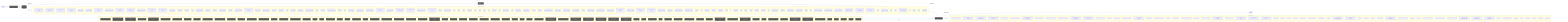
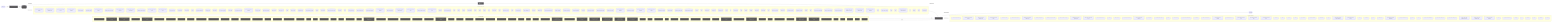
flowchart LR
  UserQ(["👤 User Query"])
  Embed["📐 Embedding Model"]
  VecDB[("📚 Vector Store")]
  Retriever["🔍 Retriever"]
  LLMNode["🧠 LLM / Generator"]
  Output(["✅ Response"])
  UserQ -->|query| Embed
  Embed -->|vector| VecDB
  VecDB -->|top-k chunks| Retriever
  Retriever -->|context + query| LLMNode
  LLMNode -->|generated answer| Output
  subgraph DetectedMemory["Detected memory stores"]
    det_detectedmemory_check_steering_feedback_contract_80134459[("check-steering-feedback-contract")]
    det_detectedmemory_prompt_context_drift_validate_runner_c8ecc6f5[("prompt-context-drift-validate-runner")]
    det_detectedmemory_prompt_context_drift_write_runner_69e6a4fd[("prompt-context-drift-write-runner")]
    det_detectedmemory_normalize_workflow_contracts_8701f1c8[("normalize-workflow-contracts")]
    det_detectedmemory_run_harness_evals_77704768[("run-harness-evals")]
    det_detectedmemory_sync_codex_preflight_7e7a8dc2[("sync-codex-preflight")]
    det_detectedmemory_test_harness_upgrade_matrix_84113c4e[("test-harness-upgrade-matrix")]
    det_detectedmemory_validate_prompt_context_drift_8c949ef6[("validate-prompt-context-drift")]
    det_detectedmemory_validate_runtime_packet_schemas_bc3ba8ec[("validate-runtime-packet-schemas")]
    det_detectedmemory_validate_system_prompt_gap_adoption_62d8c955[("validate-system-prompt-gap-adoption")]
    det_detectedmemory_validate_workflow_contracts_33dc063c[("validate-workflow-contracts")]
    det_detectedmemory_write_agent_native_ratchet_report_67cdbeea[("write-agent-native-ratchet-report")]
    det_detectedmemory_write_prompt_context_drift_report_71a4e149[("write-prompt-context-drift-report")]
    det_detectedmemory_branch_protect_core_a8feb0fd[("branch-protect-core")]
    det_detectedmemory_ci_migrate_core_7005b5af[("ci-migrate-core")]
    det_detectedmemory_context_health_80bb7da9[("context-health")]
    det_detectedmemory_context_ea7792a2[("context")]
    det_detectedmemory_docs_gate_classification_2f51c90b[("docs-gate-classification")]
    det_detectedmemory_docs_gate_types_d285abb6[("docs-gate-types")]
    det_detectedmemory_index_context_de3ed39d[("index-context")]
    det_detectedmemory_local_memory_preflight_dcc36c42[("local-memory-preflight")]
    det_detectedmemory_memory_gate_a577a506[("memory-gate")]
    det_detectedmemory_next_prompt_context_drift_3c5a93d5[("next-prompt-context-drift")]
    det_detectedmemory_next_recommendation_decisions_03315dd4[("next-recommendation-decisions")]
    det_detectedmemory_next_runner_state_be6fe997[("next-runner-state")]
    det_detectedmemory_pattern_scope_siblings_43abe000[("pattern-scope-siblings")]
    det_detectedmemory_review_context_ca6cf81d[("review-context")]
    det_detectedmemory_review_gate_core_4c8001f9[("review-gate-core")]
    det_detectedmemory_search_24193290[("search")]
    det_detectedmemory_session_context_e5ec72c0[("session-context")]
    det_detectedmemory_tooling_audit_core_328d6a41[("tooling-audit-core")]
    det_detectedmemory_run_local_memory_preflight_36e92808[("run-local-memory-preflight")]
    det_detectedmemory_checker_d2d2328e[("checker")]
    det_detectedmemory_context_health_1_ceb11829[("context-health")]
    det_detectedmemory_prompt_context_drift_surface_c1e30b42[("prompt-context-drift-surface")]
    det_detectedmemory_test_fixtures_c2f936b0[("test-fixtures")]
    det_detectedmemory_types_2_d9bc6e7a[("types")]
    det_detectedmemory_branch_protect_sync_570adb18[("branch-protect-sync")]
    det_detectedmemory_builtin_command_specs_ac7d392e[("builtin-command-specs")]
    det_detectedmemory_command_capability_rules_ca3f496a[("command-capability-rules")]
    det_detectedmemory_command_expected_artifacts_6469c2fb[("command-expected-artifacts")]
    det_detectedmemory_command_specs_core_1c0ffc99[("command-specs-core")]
    det_detectedmemory_local_memory_preflight_command_spec_9e23f3ce[("local-memory-preflight-command-spec")]
    det_detectedmemory_memory_gate_command_spec_dc9001a9[("memory-gate-command-spec")]
    det_detectedmemory_review_gate_command_spec_3187376a[("review-gate-command-spec")]
    det_detectedmemory_session_context_command_spec_973afbb1[("session-context-command-spec")]
    det_detectedmemory_constants_7517017f[("constants")]
    det_detectedmemory_context_compact_policy_3dcaf95d[("context-compact-policy")]
    det_detectedmemory_index_3_7e40d474[("index")]
    det_detectedmemory_indexer_70fa78e5[("indexer")]
    det_detectedmemory_init_error_5c7dd49f[("init-error")]
    det_detectedmemory_lexical_fallback_723e2b3e[("lexical-fallback")]
    det_detectedmemory_ollama_76e3c7bf[("ollama")]
    det_detectedmemory_rollout_a4fa034c[("rollout")]
    det_detectedmemory_sources_878a52fc[("sources")]
    det_detectedmemory_store_824d80d7[("store")]
    det_detectedmemory_sync_contract_c79fa191[("sync-contract")]
    det_detectedmemory_types_8_f6283648[("types")]
    det_detectedmemory_harness_run_context_ac7c77a9[("harness-run-context")]
    det_detectedmemory_index_4_013aa0e3[("index")]
    det_detectedmemory_json_schema_core_96d7e328[("json-schema-core")]
    det_detectedmemory_policy_validators_core_714a3fe7[("policy-validators-core")]
    det_detectedmemory_types_core_e405ddca[("types-core")]
    det_detectedmemory_validator_core_4358f8ba[("validator-core")]
    det_detectedmemory_archive_candidates_scanner_d0931789[("archive-candidates-scanner")]
    det_detectedmemory_archive_candidates_dc0e40e1[("archive-candidates")]
    det_detectedmemory_docs_task_eval_contract_79347457[("docs-task-eval-contract")]
    det_detectedmemory_docs_task_eval_fixtures_44902755[("docs-task-eval-fixtures")]
    det_detectedmemory_init_modes_c05ceb07[("init-modes")]
    det_detectedmemory_project_brain_templates_7ef51530[("project-brain-templates")]
    det_detectedmemory_scaffold_diagram_templates_dd88e83c[("scaffold-diagram-templates")]
    det_detectedmemory_scaffold_doc_templates_f6152330[("scaffold-doc-templates")]
    det_detectedmemory_scaffold_environment_templates_c1ceba6a[("scaffold-environment-templates")]
    det_detectedmemory_scaffold_hook_templates_8c74ab50[("scaffold-hook-templates")]
    det_detectedmemory_scaffold_root_command_templates_404fed7f[("scaffold-root-command-templates")]
    det_detectedmemory_scaffold_script_template_registry_69312d4e[("scaffold-script-template-registry")]
    det_detectedmemory_scaffold_shell_templates_0ad0f915[("scaffold-shell-templates")]
    det_detectedmemory_scaffold_surfaces_12d6494e[("scaffold-surfaces")]
    det_detectedmemory_scaffold_template_registry_b1cce2aa[("scaffold-template-registry")]
    det_detectedmemory_scaffold_workflow_template_92310587[("scaffold-workflow-template")]
    det_detectedmemory_eval_seed_5699fd3e[("eval-seed")]
    det_detectedmemory_index_10_f6785a46[("index")]
    det_detectedmemory_review_context_1_e3afed15[("review-context")]
    det_detectedmemory_memory_gate_1_265164ac[("memory-gate")]
    det_detectedmemory_branch_enforcer_acb749cd[("branch-enforcer")]
    det_detectedmemory_cli_args_5_09ea29f0[("cli-args")]
    det_detectedmemory_cli_7_dc4a9f7f[("cli")]
    det_detectedmemory_metrics_tracker_98cec29c[("metrics-tracker")]
    det_detectedmemory_types_20_071a0112[("types")]
    det_detectedmemory_validator_5_b19ac2be[("validator")]
    det_detectedmemory_classifier_fe1991a9[("classifier")]
    det_detectedmemory_tooling_paths_560ac80d[("tooling-paths")]
    det_detectedmemory_claim_helpers_20dc8387[("claim-helpers")]
    det_detectedmemory_types_25_89d086aa[("types")]
    det_detectedmemory_local_memory_smoke_1175abfc[("local-memory-smoke")]
    det_detectedmemory_local_memory_0db17ecc[("local-memory")]
    det_detectedmemory_performance_overload_c685bfcf[("performance-overload")]
    det_detectedmemory_suggestion_generator_0956f794[("suggestion-generator")]
    det_detectedmemory_git_head_7346fd6a[("git-head")]
    det_detectedmemory_index_12_762ec91b[("index")]
    det_detectedmemory_prompt_context_drift_builder_a451c7dd[("prompt-context-drift-builder")]
    det_detectedmemory_prompt_context_drift_report_3257a95c[("prompt-context-drift-report")]
    det_detectedmemory_prompt_context_drift_types_ba6863d4[("prompt-context-drift-types")]
    det_detectedmemory_prompt_context_drift_validation_evidence_21f0336f[("prompt-context-drift-validation-evidence")]
    det_detectedmemory_prompt_context_drift_validation_utils_2285f4ac[("prompt-context-drift-validation-utils")]
    det_detectedmemory_prompt_context_drift_validation_8fc01719[("prompt-context-drift-validation")]
    det_detectedmemory_index_13_97df39c8[("index")]
    det_detectedmemory_prompt_context_receipt_17b862b2[("prompt-context-receipt")]
    det_detectedmemory_types_32_bfe791ff[("types")]
    det_detectedmemory_policy_1_fc4198db[("policy")]
    det_detectedmemory_runtime_card_codex_runtime_validation_d8ce9934[("runtime-card-codex-runtime-validation")]
    det_detectedmemory_cli_12_01c06c37[("cli")]
    det_detectedmemory_collector_0736fd5b[("collector")]
    det_detectedmemory_types_35_93e66c64[("types")]
    det_detectedmemory_overload_guard_2748c559[("overload-guard")]
  end
  VecDB -. "implemented by" .-> DetectedMemory
  subgraph DetectedLLM["Detected LLM clients"]
    det_detectedllm_check_codex_agent_roles_5bb2e89b["check-codex-agent-roles"]
    det_detectedllm_check_steering_feedback_contract_80134459["check-steering-feedback-contract"]
    det_detectedllm_prompt_context_drift_validate_runner_c8ecc6f5["prompt-context-drift-validate-runner"]
    det_detectedllm_prompt_context_drift_write_runner_69e6a4fd["prompt-context-drift-write-runner"]
    det_detectedllm_run_harness_evals_77704768["run-harness-evals"]
    det_detectedllm_validate_decision_request_2e5c325e["validate-decision-request"]
    det_detectedllm_validate_goal_completion_audit_receipt_100d252c["validate-goal-completion-audit-receipt"]
    det_detectedllm_validate_packaged_skill_5e32c890["validate-packaged-skill"]
    det_detectedllm_validate_prompt_context_drift_8c949ef6["validate-prompt-context-drift"]
    det_detectedllm_validate_reviewer_coverage_251efee3["validate-reviewer-coverage"]
    det_detectedllm_validate_system_prompt_gap_adoption_62d8c955["validate-system-prompt-gap-adoption"]
    det_detectedllm_write_prompt_context_drift_report_71a4e149["write-prompt-context-drift-report"]
    det_detectedllm_check_environment_core_2c16213f["check-environment-core"]
    det_detectedllm_context_ea7792a2["context"]
    det_detectedllm_index_context_de3ed39d["index-context"]
    det_detectedllm_next_prompt_context_drift_3c5a93d5["next-prompt-context-drift"]
    det_detectedllm_next_recommendation_decisions_03315dd4["next-recommendation-decisions"]
    det_detectedllm_prompt_gate_c5e9d207["prompt-gate"]
    det_detectedllm_remediate_runner_helpers_929fedcc["remediate-runner-helpers"]
    det_detectedllm_search_24193290["search"]
    det_detectedllm_context_health_1_ceb11829["context-health"]
    det_detectedllm_prompt_context_drift_surface_c1e30b42["prompt-context-drift-surface"]
    det_detectedllm_test_fixtures_c2f936b0["test-fixtures"]
    det_detectedllm_builtin_command_specs_ac7d392e["builtin-command-specs"]
    det_detectedllm_command_expected_artifacts_6469c2fb["command-expected-artifacts"]
    det_detectedllm_command_specs_core_1c0ffc99["command-specs-core"]
    det_detectedllm_pilot_evaluate_command_spec_1084ea72["pilot-evaluate-command-spec"]
    det_detectedllm_pilot_rollback_command_spec_4fe69f7d["pilot-rollback-command-spec"]
    det_detectedllm_prompt_gate_command_spec_9a941482["prompt-gate-command-spec"]
    det_detectedllm_constants_7517017f["constants"]
    det_detectedllm_index_3_7e40d474["index"]
    det_detectedllm_indexer_70fa78e5["indexer"]
    det_detectedllm_ollama_76e3c7bf["ollama"]
    det_detectedllm_sync_contract_c79fa191["sync-contract"]
    det_detectedllm_north_star_validators_cfc926ce["north-star-validators"]
    det_detectedllm_hilt_boundary_9b36fb15["hilt-boundary"]
    det_detectedllm_types_10_75e5a4a0["types"]
    det_detectedllm_goal_completion_audit_receipt_validation_9d0f4891["goal-completion-audit-receipt-validation"]
    det_detectedllm_goal_completion_audit_receipt_5e4939c3["goal-completion-audit-receipt"]
    det_detectedllm_index_5_522f772a["index"]
    det_detectedllm_constants_1_a84e15f0["constants"]
    det_detectedllm_types_18_37582e2a["types"]
    det_detectedllm_sensitive_text_7c11f760["sensitive-text"]
    det_detectedllm_pr_template_linked_issue_relationship_a7b61f2c["pr-template-linked-issue-relationship"]
    det_detectedllm_pr_template_validator_rules_20a32d6b["pr-template-validator-rules"]
    det_detectedllm_git_head_7346fd6a["git-head"]
    det_detectedllm_index_12_762ec91b["index"]
    det_detectedllm_prompt_context_drift_builder_a451c7dd["prompt-context-drift-builder"]
    det_detectedllm_prompt_context_drift_report_3257a95c["prompt-context-drift-report"]
    det_detectedllm_prompt_context_drift_types_ba6863d4["prompt-context-drift-types"]
    det_detectedllm_prompt_context_drift_validation_evidence_21f0336f["prompt-context-drift-validation-evidence"]
    det_detectedllm_prompt_context_drift_validation_utils_2285f4ac["prompt-context-drift-validation-utils"]
    det_detectedllm_prompt_context_drift_validation_8fc01719["prompt-context-drift-validation"]
    det_detectedllm_index_13_97df39c8["index"]
    det_detectedllm_prompt_context_receipt_17b862b2["prompt-context-receipt"]
    det_detectedllm_cli_args_9_9c136878["cli-args"]
    det_detectedllm_cli_11_338a8415["cli"]
    det_detectedllm_sections_4697ef32["sections"]
    det_detectedllm_types_28_4476fcc6["types"]
    det_detectedllm_validator_7_f836eb0e["validator"]
    det_detectedllm_cli_args_10_861cdd3f["cli-args"]
  end
  LLMNode -. "implemented by" .-> DetectedLLM
  subgraph DetectedTools["Agentic tool calls"]
    det_detectedtools_check_codex_agent_roles_5bb2e89b["🔧 check-codex-agent-roles"]
    det_detectedtools_check_steering_feedback_contract_80134459["🔧 check-steering-feedback-contract"]
    det_detectedtools_check_tooling_baseline_parity_3124b30a["🔧 check-tooling-baseline-parity"]
    det_detectedtools_run_harness_evals_77704768["🔧 run-harness-evals"]
    det_detectedtools_validate_action_review_receipt_fa2f06c3["🔧 validate-action-review-receipt"]
    det_detectedtools_validate_packaged_skill_5e32c890["🔧 validate-packaged-skill"]
    det_detectedtools_validate_replay_packet_f309747e["🔧 validate-replay-packet"]
    det_detectedtools_ci_migrate_core_7005b5af["🔧 ci-migrate-core"]
    det_detectedtools_doctor_checks_5a2eb2b9["🔧 doctor-checks"]
    det_detectedtools_doctor_github_tool_check_e0a938df["🔧 doctor-github-tool-check"]
    det_detectedtools_doctor_github_tool_checks_a53b0382["🔧 doctor-github-tool-checks"]
    det_detectedtools_doctor_tool_checks_4acac51a["🔧 doctor-tool-checks"]
    det_detectedtools_fleet_plan_repo_ecdc6499["🔧 fleet-plan-repo"]
    det_detectedtools_next_blocked_decisions_4140ad2b["🔧 next-blocked-decisions"]
    det_detectedtools_next_pr_closeout_contract_af31d30a["🔧 next-pr-closeout-contract"]
    det_detectedtools_policy_gate_213f7313["🔧 policy-gate"]
    det_detectedtools_remediate_cli_output_cc165396["🔧 remediate-cli-output"]
    det_detectedtools_remediate_runner_helpers_929fedcc["🔧 remediate-runner-helpers"]
    det_detectedtools_review_gate_core_4c8001f9["🔧 review-gate-core"]
    det_detectedtools_index_1bc04b52["🔧 index"]
    det_detectedtools_types_1_4ecdf56e["🔧 types"]
    det_detectedtools_validation_constants_e002a0f6["🔧 validation-constants"]
    det_detectedtools_validation_98c41dcd["🔧 validation"]
    det_detectedtools_checker_d2d2328e["🔧 checker"]
    det_detectedtools_shared_state_policy_edc9c4db["🔧 shared-state-policy"]
    det_detectedtools_cli_args_1_6144b055["🔧 cli-args"]
+     det_detectedtools_command_agent_native_capability_rules_b491ef6c["🔧 command-agent-native-capability-rules"]
    det_detectedtools_command_capabilities_a4d5c71e["🔧 command-capabilities"]
    det_detectedtools_command_capability_rules_ca3f496a["🔧 command-capability-rules"]
    det_detectedtools_linear_command_actions_e430f4f4["🔧 linear-command-actions"]
    det_detectedtools_linear_command_runner_4a740dfc["🔧 linear-command-runner"]
    det_detectedtools_policy_validators_core_714a3fe7["🔧 policy-validators-core"]
    det_detectedtools_shared_state_action_validator_e7b128cd["🔧 shared-state-action-validator"]
    det_detectedtools_types_core_e405ddca["🔧 types-core"]
    det_detectedtools_validator_core_4358f8ba["🔧 validator-core"]
    det_detectedtools_validator_helpers_7b927667["🔧 validator-helpers"]
    det_detectedtools_he_phase_exit_core_1148895b["🔧 he-phase-exit-core"]
    det_detectedtools_environment_runtime_3206f0a8["🔧 environment-runtime"]
    det_detectedtools_observed_skill_usage_ed7d5930["🔧 observed-skill-usage"]
    det_detectedtools_closure_evidence_aaa31467["🔧 closure-evidence"]
    det_detectedtools_pr_creator_dc6b1ea4["🔧 pr-creator"]
    det_detectedtools_client_948fe603["🔧 client"]
    det_detectedtools_init_output_360dce91["🔧 init-output"]
    det_detectedtools_scaffold_ci_templates_2afd6392["🔧 scaffold-ci-templates"]
    det_detectedtools_scaffold_codex_environment_templates_334fbbed["🔧 scaffold-codex-environment-templates"]
    det_detectedtools_scaffold_config_templates_4b80ce53["🔧 scaffold-config-templates"]
    det_detectedtools_scaffold_environment_templates_c1ceba6a["🔧 scaffold-environment-templates"]
    det_detectedtools_scaffold_github_actions_pr_pipeline_renderer_1ee18de5["🔧 scaffold-github-actions-pr-pipeline-renderer"]
    det_detectedtools_scaffold_github_actions_pr_pipeline_template_e2b85f62["🔧 scaffold-github-actions-pr-pipeline-template"]
    det_detectedtools_scaffold_package_command_template_80e32e83["🔧 scaffold-package-command-template"]
    det_detectedtools_scaffold_release_private_npm_template_075499f8["🔧 scaffold-release-private-npm-template"]
    det_detectedtools_constants_1_a84e15f0["🔧 constants"]
    det_detectedtools_index_9_32dd4d91["🔧 index"]
    det_detectedtools_validation_common_6161e48b["🔧 validation-common"]
    det_detectedtools_cli_7_dc4a9f7f["🔧 cli"]
    det_detectedtools_metrics_tracker_98cec29c["🔧 metrics-tracker"]
    det_detectedtools_normalise_renderer_85f2e563["🔧 normalise-renderer"]
    det_detectedtools_evaluation_engine_core_e054fe49["🔧 evaluation-engine-core"]
    det_detectedtools_tooling_baseline_50ab2eeb["🔧 tooling-baseline"]
    det_detectedtools_tooling_paths_560ac80d["🔧 tooling-paths"]
    det_detectedtools_prompt_context_drift_report_3257a95c["🔧 prompt-context-drift-report"]
    det_detectedtools_prompt_context_drift_types_ba6863d4["🔧 prompt-context-drift-types"]
    det_detectedtools_prompt_context_drift_validation_utils_2285f4ac["🔧 prompt-context-drift-validation-utils"]
    det_detectedtools_replay_packet_a1293f88["🔧 replay-packet"]
    det_detectedtools_index_14_d982116c["🔧 index"]
    det_detectedtools_review_lifecycle_contract_e5447221["🔧 review-lifecycle-contract"]
    det_detectedtools_review_lifecycle_89afa64c["🔧 review-lifecycle"]
    det_detectedtools_runtime_card_codex_runtime_validation_d8ce9934["🔧 runtime-card-codex-runtime-validation"]
    det_detectedtools_runtime_card_codex_runtime_0655e230["🔧 runtime-card-codex-runtime"]
    det_detectedtools_runtime_evidence_bundle_d471a232["🔧 runtime-evidence-bundle"]
    det_detectedtools_types_37_32ccf9f9["🔧 types"]
    det_detectedtools_index_17_642943a2["🔧 index"]
    det_detectedtools_projection_1b250ea1["🔧 projection"]
    det_detectedtools_types_39_d07de160["🔧 types"]
    det_detectedtools_validation_8_b9fa10af["🔧 validation"]
  end
  LLMNode -->|tool use| DetectedTools
  DetectedTools -->|result| LLMNode
  classDef memNode fill:#555,color:#fff
  class VecDB,Retriever memNode
  classDef llmNode fill:#555,color:#fff
  class LLMNode,Embed llmNode
  classDef toolNode fill:#555,color:#fff
-   class det_detectedtools_check_codex_agent_roles_5bb2e89b,det_detectedtools_check_steering_feedback_contract_80134459,det_detectedtools_check_tooling_baseline_parity_3124b30a,det_detectedtools_run_harness_evals_77704768,det_detectedtools_validate_action_review_receipt_fa2f06c3,det_detectedtools_validate_packaged_skill_5e32c890,det_detectedtools_validate_replay_packet_f309747e,det_detectedtools_ci_migrate_core_7005b5af,det_detectedtools_doctor_checks_5a2eb2b9,det_detectedtools_doctor_github_tool_check_e0a938df,det_detectedtools_doctor_github_tool_checks_a53b0382,det_detectedtools_doctor_tool_checks_4acac51a,det_detectedtools_fleet_plan_repo_ecdc6499,det_detectedtools_next_blocked_decisions_4140ad2b,det_detectedtools_next_pr_closeout_contract_af31d30a,det_detectedtools_policy_gate_213f7313,det_detectedtools_remediate_cli_output_cc165396,det_detectedtools_remediate_runner_helpers_929fedcc,det_detectedtools_review_gate_core_4c8001f9,det_detectedtools_index_1bc04b52,det_detectedtools_types_1_4ecdf56e,det_detectedtools_validation_constants_e002a0f6,det_detectedtools_validation_98c41dcd,det_detectedtools_checker_d2d2328e,det_detectedtools_shared_state_policy_edc9c4db,det_detectedtools_cli_args_1_6144b055,det_detectedtools_command_capabilities_a4d5c71e,det_detectedtools_command_capability_rules_ca3f496a,det_detectedtools_linear_command_actions_e430f4f4,det_detectedtools_linear_command_runner_4a740dfc,det_detectedtools_policy_validators_core_714a3fe7,det_detectedtools_shared_state_action_validator_e7b128cd,det_detectedtools_types_core_e405ddca,det_detectedtools_validator_core_4358f8ba,det_detectedtools_validator_helpers_7b927667,det_detectedtools_he_phase_exit_core_1148895b,det_detectedtools_environment_runtime_3206f0a8,det_detectedtools_observed_skill_usage_ed7d5930,det_detectedtools_closure_evidence_aaa31467,det_detectedtools_pr_creator_dc6b1ea4,det_detectedtools_client_948fe603,det_detectedtools_init_output_360dce91,det_detectedtools_scaffold_ci_templates_2afd6392,det_detectedtools_scaffold_codex_environment_templates_334fbbed,det_detectedtools_scaffold_config_templates_4b80ce53,det_detectedtools_scaffold_environment_templates_c1ceba6a,det_detectedtools_scaffold_github_actions_pr_pipeline_renderer_1ee18de5,det_detectedtools_scaffold_github_actions_pr_pipeline_template_e2b85f62,det_detectedtools_scaffold_package_command_template_80e32e83,det_detectedtools_scaffold_release_private_npm_template_075499f8,det_detectedtools_constants_1_a84e15f0,det_detectedtools_index_9_32dd4d91,det_detectedtools_validation_common_6161e48b,det_detectedtools_cli_7_dc4a9f7f,det_detectedtools_metrics_tracker_98cec29c,det_detectedtools_normalise_renderer_85f2e563,det_detectedtools_evaluation_engine_core_e054fe49,det_detectedtools_tooling_baseline_50ab2eeb,det_detectedtools_tooling_paths_560ac80d,det_detectedtools_prompt_context_drift_report_3257a95c,det_detectedtools_prompt_context_drift_types_ba6863d4,det_detectedtools_prompt_context_drift_validation_utils_2285f4ac,det_detectedtools_replay_packet_a1293f88,det_detectedtools_index_14_d982116c,det_detectedtools_review_lifecycle_contract_e5447221,det_detectedtools_review_lifecycle_89afa64c,det_detectedtools_runtime_card_codex_runtime_validation_d8ce9934,det_detectedtools_runtime_card_codex_runtime_0655e230,det_detectedtools_runtime_evidence_bundle_d471a232,det_detectedtools_types_37_32ccf9f9,det_detectedtools_index_17_642943a2,det_detectedtools_projection_1b250ea1,det_detectedtools_types_39_d07de160,det_detectedtools_validation_8_b9fa10af toolNode
+   class det_detectedtools_check_codex_agent_roles_5bb2e89b,det_detectedtools_check_steering_feedback_contract_80134459,det_detectedtools_check_tooling_baseline_parity_3124b30a,det_detectedtools_run_harness_evals_77704768,det_detectedtools_validate_action_review_receipt_fa2f06c3,det_detectedtools_validate_packaged_skill_5e32c890,det_detectedtools_validate_replay_packet_f309747e,det_detectedtools_ci_migrate_core_7005b5af,det_detectedtools_doctor_checks_5a2eb2b9,det_detectedtools_doctor_github_tool_check_e0a938df,det_detectedtools_doctor_github_tool_checks_a53b0382,det_detectedtools_doctor_tool_checks_4acac51a,det_detectedtools_fleet_plan_repo_ecdc6499,det_detectedtools_next_blocked_decisions_4140ad2b,det_detectedtools_next_pr_closeout_contract_af31d30a,det_detectedtools_policy_gate_213f7313,det_detectedtools_remediate_cli_output_cc165396,det_detectedtools_remediate_runner_helpers_929fedcc,det_detectedtools_review_gate_core_4c8001f9,det_detectedtools_index_1bc04b52,det_detectedtools_types_1_4ecdf56e,det_detectedtools_validation_constants_e002a0f6,det_detectedtools_validation_98c41dcd,det_detectedtools_checker_d2d2328e,det_detectedtools_shared_state_policy_edc9c4db,det_detectedtools_cli_args_1_6144b055,det_detectedtools_command_agent_native_capability_rules_b491ef6c,det_detectedtools_command_capabilities_a4d5c71e,det_detectedtools_command_capability_rules_ca3f496a,det_detectedtools_linear_command_actions_e430f4f4,det_detectedtools_linear_command_runner_4a740dfc,det_detectedtools_policy_validators_core_714a3fe7,det_detectedtools_shared_state_action_validator_e7b128cd,det_detectedtools_types_core_e405ddca,det_detectedtools_validator_core_4358f8ba,det_detectedtools_validator_helpers_7b927667,det_detectedtools_he_phase_exit_core_1148895b,det_detectedtools_environment_runtime_3206f0a8,det_detectedtools_observed_skill_usage_ed7d5930,det_detectedtools_closure_evidence_aaa31467,det_detectedtools_pr_creator_dc6b1ea4,det_detectedtools_client_948fe603,det_detectedtools_init_output_360dce91,det_detectedtools_scaffold_ci_templates_2afd6392,det_detectedtools_scaffold_codex_environment_templates_334fbbed,det_detectedtools_scaffold_config_templates_4b80ce53,det_detectedtools_scaffold_environment_templates_c1ceba6a,det_detectedtools_scaffold_github_actions_pr_pipeline_renderer_1ee18de5,det_detectedtools_scaffold_github_actions_pr_pipeline_template_e2b85f62,det_detectedtools_scaffold_package_command_template_80e32e83,det_detectedtools_scaffold_release_private_npm_template_075499f8,det_detectedtools_constants_1_a84e15f0,det_detectedtools_index_9_32dd4d91,det_detectedtools_validation_common_6161e48b,det_detectedtools_cli_7_dc4a9f7f,det_detectedtools_metrics_tracker_98cec29c,det_detectedtools_normalise_renderer_85f2e563,det_detectedtools_evaluation_engine_core_e054fe49,det_detectedtools_tooling_baseline_50ab2eeb,det_detectedtools_tooling_paths_560ac80d,det_detectedtools_prompt_context_drift_report_3257a95c,det_detectedtools_prompt_context_drift_types_ba6863d4,det_detectedtools_prompt_context_drift_validation_utils_2285f4ac,det_detectedtools_replay_packet_a1293f88,det_detectedtools_index_14_d982116c,det_detectedtools_review_lifecycle_contract_e5447221,det_detectedtools_review_lifecycle_89afa64c,det_detectedtools_runtime_card_codex_runtime_validation_d8ce9934,det_detectedtools_runtime_card_codex_runtime_0655e230,det_detectedtools_runtime_evidence_bundle_d471a232,det_detectedtools_types_37_32ccf9f9,det_detectedtools_index_17_642943a2,det_detectedtools_projection_1b250ea1,det_detectedtools_types_39_d07de160,det_detectedtools_validation_8_b9fa10af toolNode
